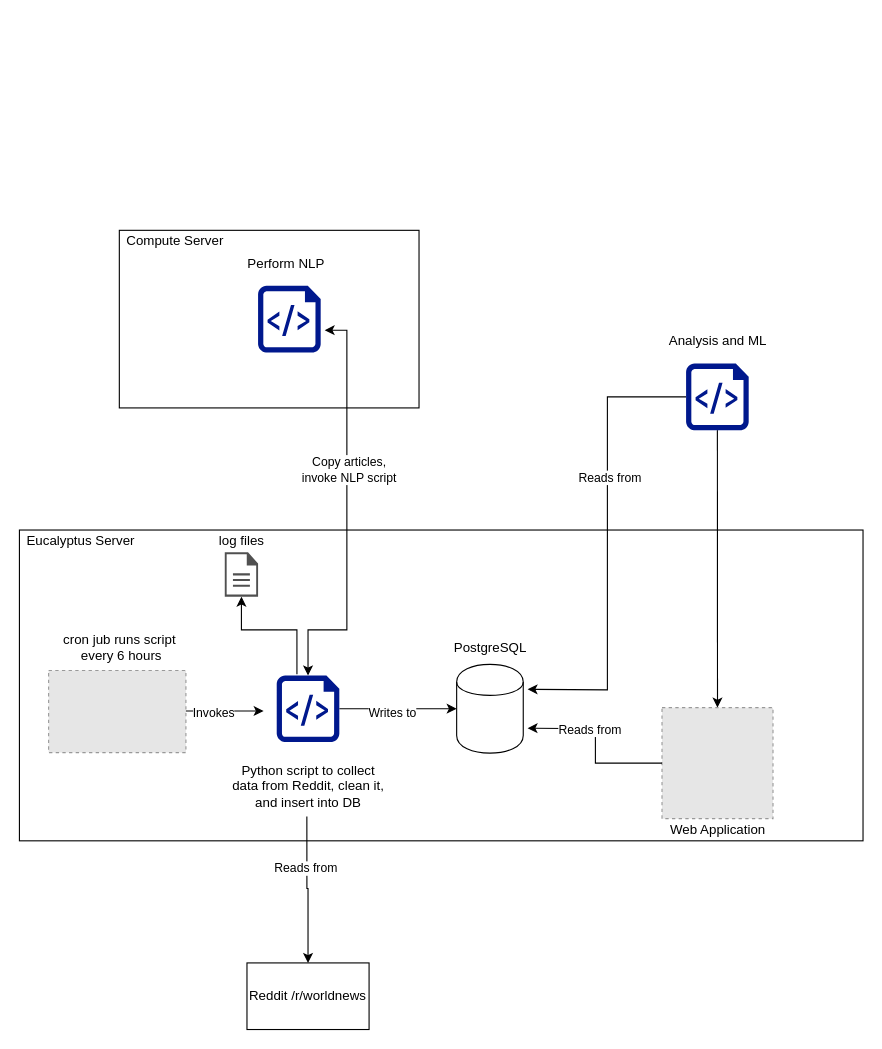
The draw.io diagram Data Collection Pipeline.drawio in MarkyMan4/capstone-planning, before the edit. Source tidied: cells renumbered, new cells numbered last; positions are measured from the earlier drawing's top-left corner, leaving out a move shared by most shapes. Both pictures are drawn from the tidied source at 111%, with x=0, y=0 at pixel (19, 230). Pictures stored in the file or linked from it are replaced by grey dashed boxes.
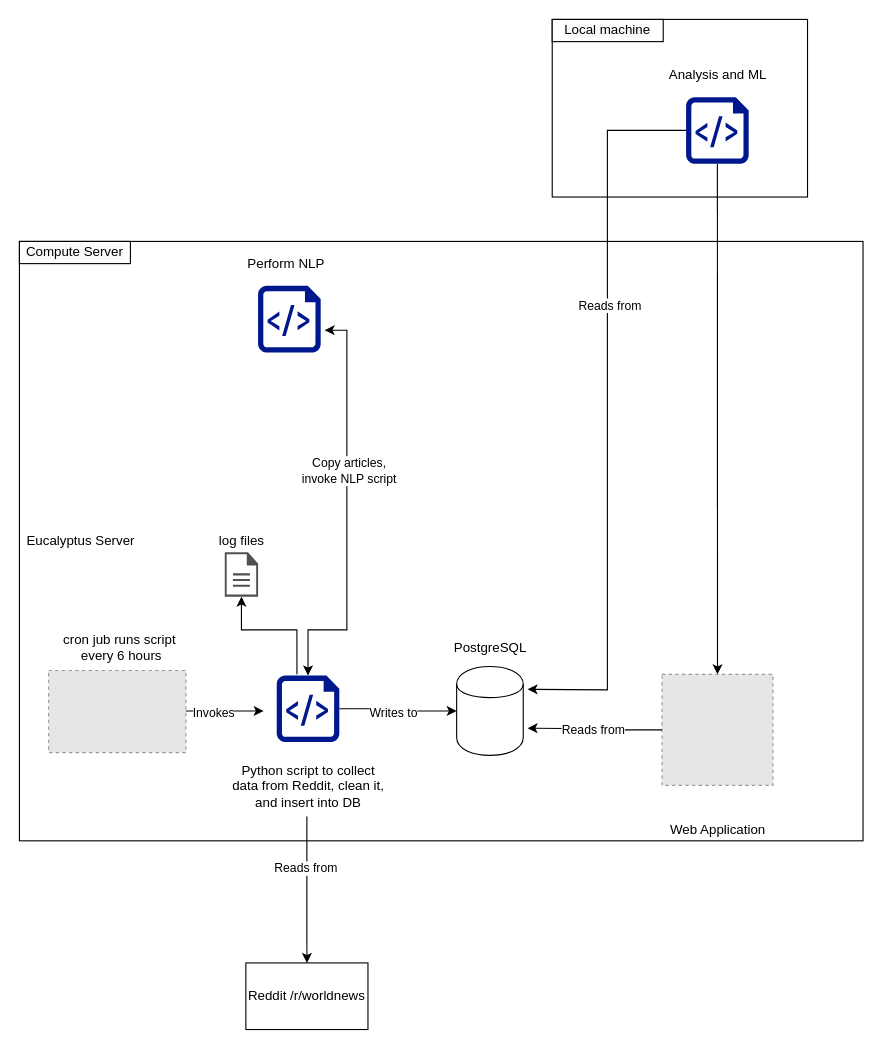
The same diagram, later.

The change refers to these unchanged cells:
```xml
<mxCell id="24" style="edgeStyle=orthogonalEdgeStyle;rounded=0;jettySize=auto;html=1;exitX=1;exitY=0.75;exitDx=0;exitDy=0;entryX=0;entryY=0.5;entryDx=0;entryDy=0;endArrow=none;endFill=0;startArrow=classic;startFill=1;" parent="1" edge="1" target="10">
  <mxGeometry relative="1" as="geometry">
    <mxPoint x="457.8" y="448.5" as="sourcePoint" />
  </mxGeometry>
</mxCell>
```

What changed in the source:
```diff
@@
+    <mxCell id="35" style="rounded=0;whiteSpace=wrap;html=1;fillColor=none;" parent="1" vertex="1">
+      <mxGeometry x="480" y="-190" width="230" height="160" as="geometry" />
+    </mxCell>
     <mxCell id="2" style="rounded=0;whiteSpace=wrap;html=1;fillColor=none;" parent="1" vertex="1">
-      <mxGeometry y="270" width="760" height="280" as="geometry" />
+      <mxGeometry y="10" width="760" height="540" as="geometry" />
     </mxCell>
@@
     <mxCell id="10" style="fillColor=#E6E6E6;strokeColor=#999999;dashed=1;verticalLabelPosition=bottom;labelBackgroundColor=#ffffff;verticalAlign=top;" parent="1" vertex="1">
-      <mxGeometry x="578.9" y="430" width="100" height="100" as="geometry" />
+      <mxGeometry x="578.9" y="400" width="100" height="100" as="geometry" />
     </mxCell>
     <mxCell id="11" value="Analysis and ML" style="text;html=1;align=center;verticalAlign=middle;" parent="1" vertex="1">
-      <mxGeometry x="578.9" y="90" width="100" height="20" as="geometry" />
+      <mxGeometry x="578.9" y="-150" width="100" height="20" as="geometry" />
     </mxCell>
@@
     <mxCell id="25" value="Reads from" style="edgeLabel;html=1;align=center;verticalAlign=middle;" parent="24" vertex="1">
-      <mxGeometry x="-0.27" y="-1" relative="1" as="geometry" />
+      <mxGeometry x="-0.27" y="-1" relative="1" as="geometry">
+        <mxPoint x="14" as="offset" />
+      </mxGeometry>
     </mxCell>
@@
-    <mxCell id="27" style="rounded=0;whiteSpace=wrap;html=1;fillColor=none;" parent="1" vertex="1">
-      <mxGeometry x="90" width="270" height="160" as="geometry" />
-    </mxCell>
-    <mxCell id="28" value="Compute Server" style="text;html=1;align=center;verticalAlign=middle;strokeColor=none;" parent="1" vertex="1">
-      <mxGeometry x="90" width="100" height="20" as="geometry" />
-    </mxCell>
@@
     <mxCell id="32" style="sketch=0;shadow=0;dashed=0;html=1;strokeColor=none;labelPosition=center;verticalLabelPosition=bottom;verticalAlign=top;align=center;fillColor=#00188D;shape=mxgraph.azure.script_file;" parent="1" vertex="1">
-      <mxGeometry x="600.6" y="120" width="56.4" height="60" as="geometry" />
+      <mxGeometry x="600.6" y="-120" width="56.4" height="60" as="geometry" />
     </mxCell>
     <mxCell id="33" value="Reddit /r/worldnews" style="rounded=0;whiteSpace=wrap;html=1;" parent="1" vertex="1">
-      <mxGeometry x="205" y="660" width="110" height="60" as="geometry" />
+      <mxGeometry x="204" y="660" width="110" height="60" as="geometry" />
     </mxCell>
     <mxCell id="34" style="shape=cylinder;whiteSpace=wrap;html=1;boundedLbl=1;backgroundOutline=1;" parent="1" vertex="1">
-      <mxGeometry x="393.9" y="391" width="60" height="80" as="geometry" />
+      <mxGeometry x="393.9" y="393" width="60" height="80" as="geometry" />
     </mxCell>
+    <mxCell id="28" value="&lt;span style=&quot;color: rgb(0, 0, 0); font-family: helvetica; font-size: 12px; font-style: normal; font-weight: 400; letter-spacing: normal; text-align: center; text-indent: 0px; text-transform: none; word-spacing: 0px; background-color: rgb(248, 249, 250); display: inline; float: none;&quot;&gt;Compute Server&lt;/span&gt;" style="rounded=0;whiteSpace=wrap;html=1;" parent="1" vertex="1">
+      <mxGeometry y="10" width="100" height="20" as="geometry" />
+    </mxCell>
+    <mxCell id="36" value="&lt;span style=&quot;color: rgb(0 , 0 , 0) ; font-family: &amp;#34;helvetica&amp;#34; ; font-size: 12px ; font-style: normal ; font-weight: 400 ; letter-spacing: normal ; text-align: center ; text-indent: 0px ; text-transform: none ; word-spacing: 0px ; background-color: rgb(248 , 249 , 250) ; display: inline ; float: none&quot;&gt;Local machine&lt;/span&gt;" style="rounded=0;whiteSpace=wrap;html=1;" parent="1" vertex="1">
+      <mxGeometry x="480" y="-190" width="100" height="20" as="geometry" />
+    </mxCell>
```
